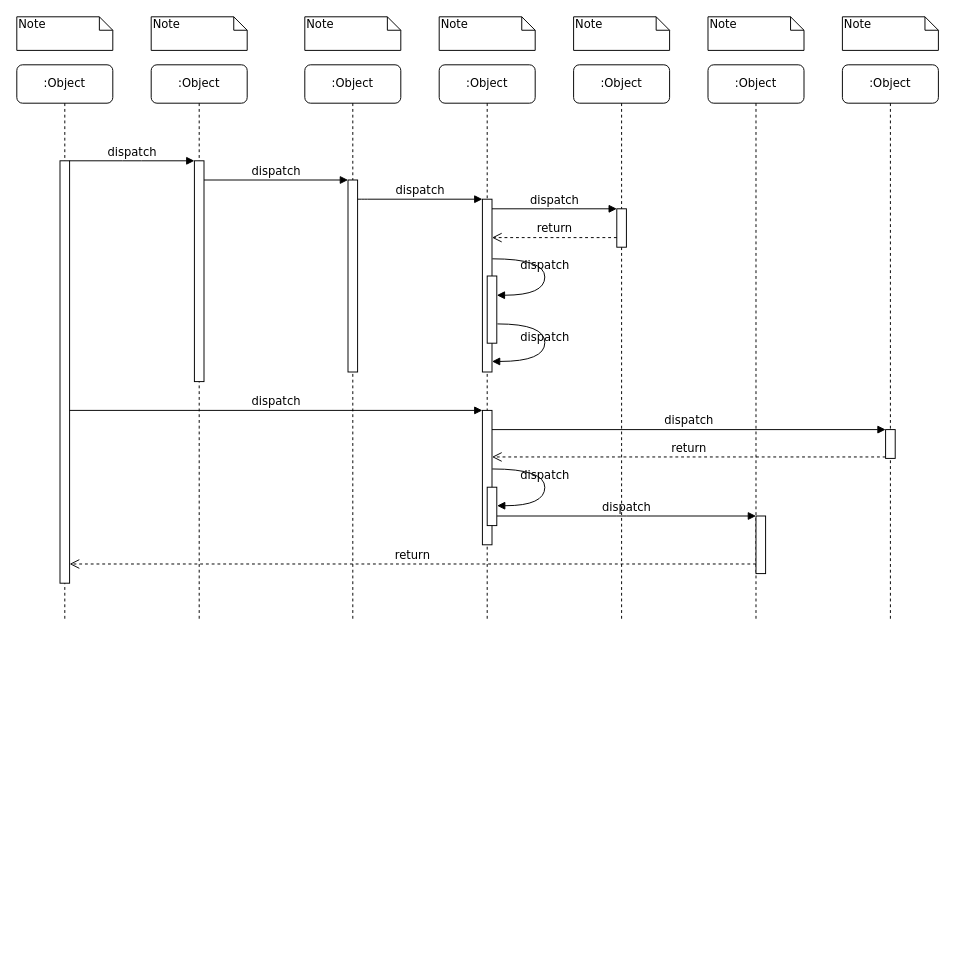
yanglinlong6/design_flowchart keeps this draw.io diagram as 云端流程图.drawio. Above is the earlier version. Source tidied: cells renumbered, new cells numbered last; positions are measured from the earlier drawing's top-left corner, leaving out a move shared by most shapes. Both pictures are drawn from the tidied source at 96%, with x=0, y=0 at pixel (16, 16).
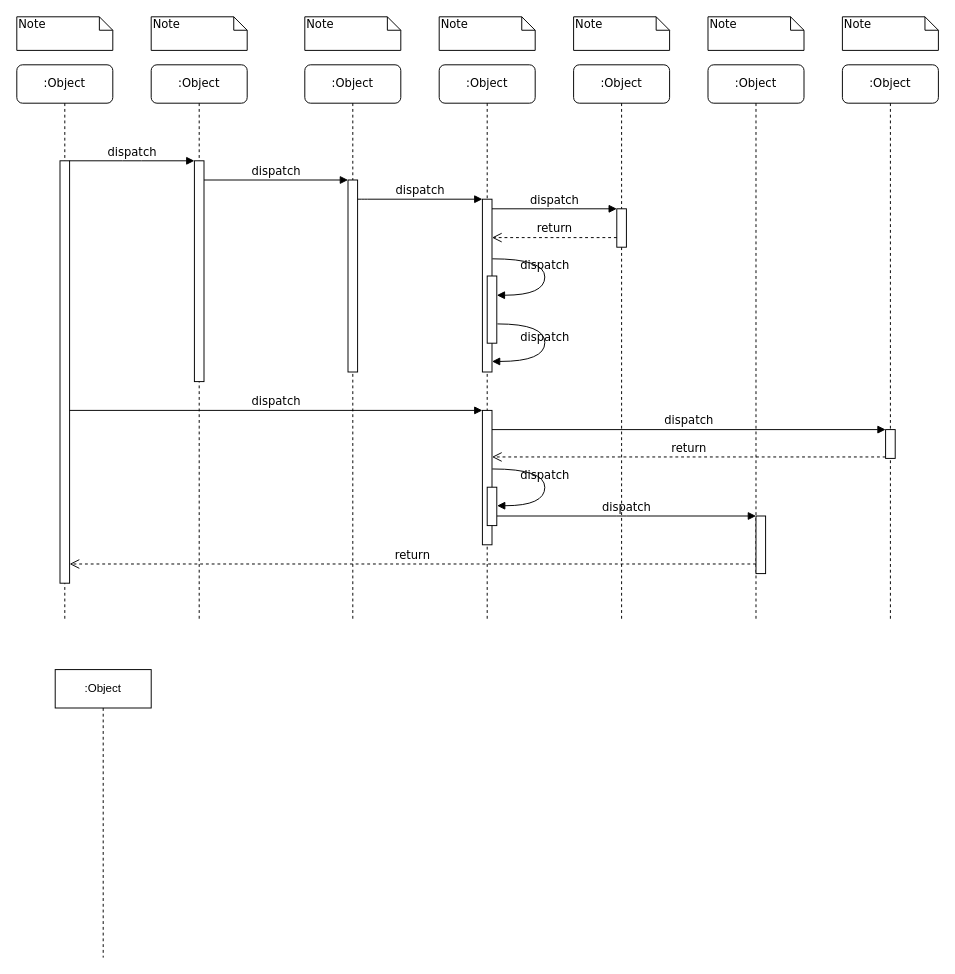
The same diagram, later.

Commit message:
更新云端流程图.drawio

Diff of the diagram source:
```diff
@@
+    <mxCell id="39" value=":Object" style="shape=umlLifeline;perimeter=lifelinePerimeter;whiteSpace=wrap;html=1;newEdgeStyle={&quot;curved&quot;:0,&quot;rounded&quot;:0};" parent="1" vertex="1">
+      <mxGeometry x="40" y="680" width="100" height="300" as="geometry" />
+    </mxCell>
```
